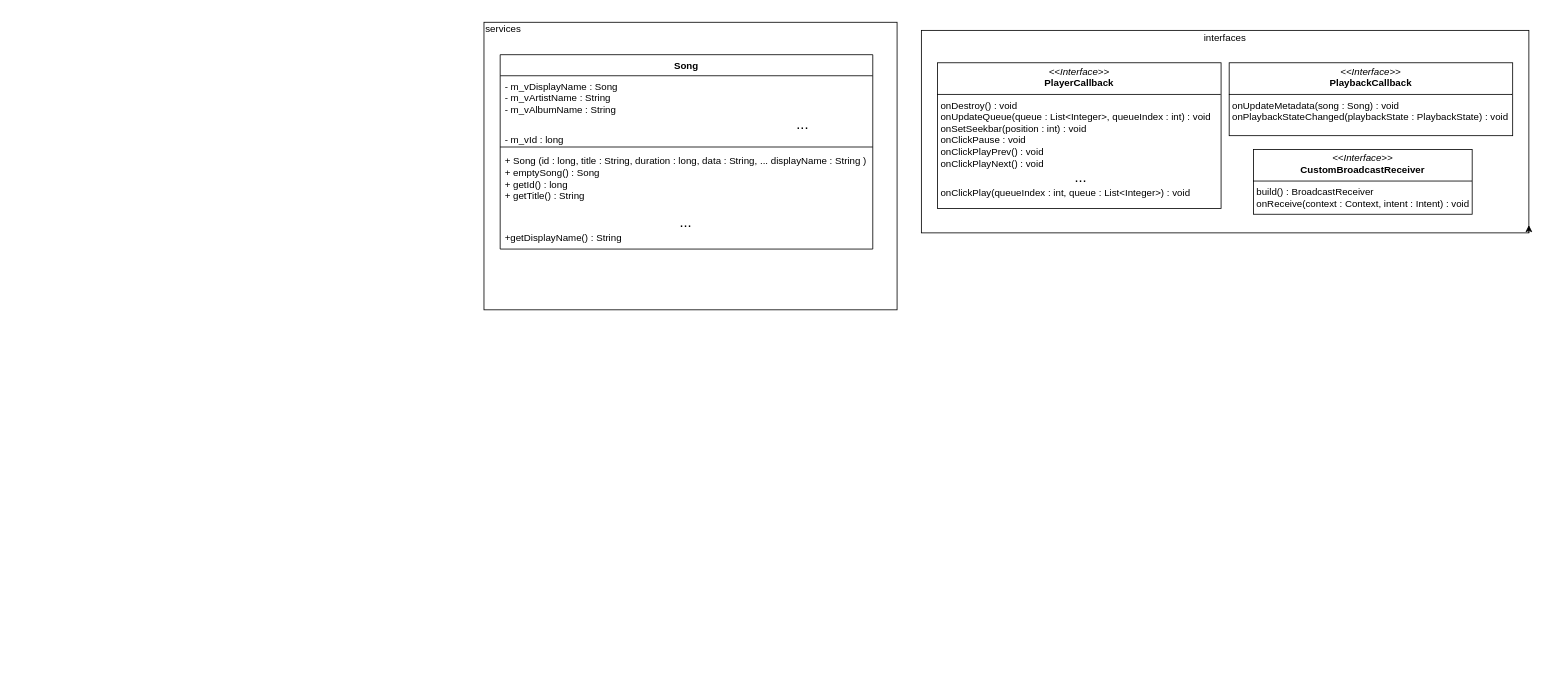
This is Диаграмма без названия.drawio from AcId4848/SamsungGIT, a draw.io file, before an edit. Source tidied: cells renumbered, new cells numbered last; positions are measured from the earlier drawing's top-left corner, leaving out a move shared by most shapes. Both pictures are drawn from the tidied source at 81%, with x=0, y=0 at pixel (484, 22).
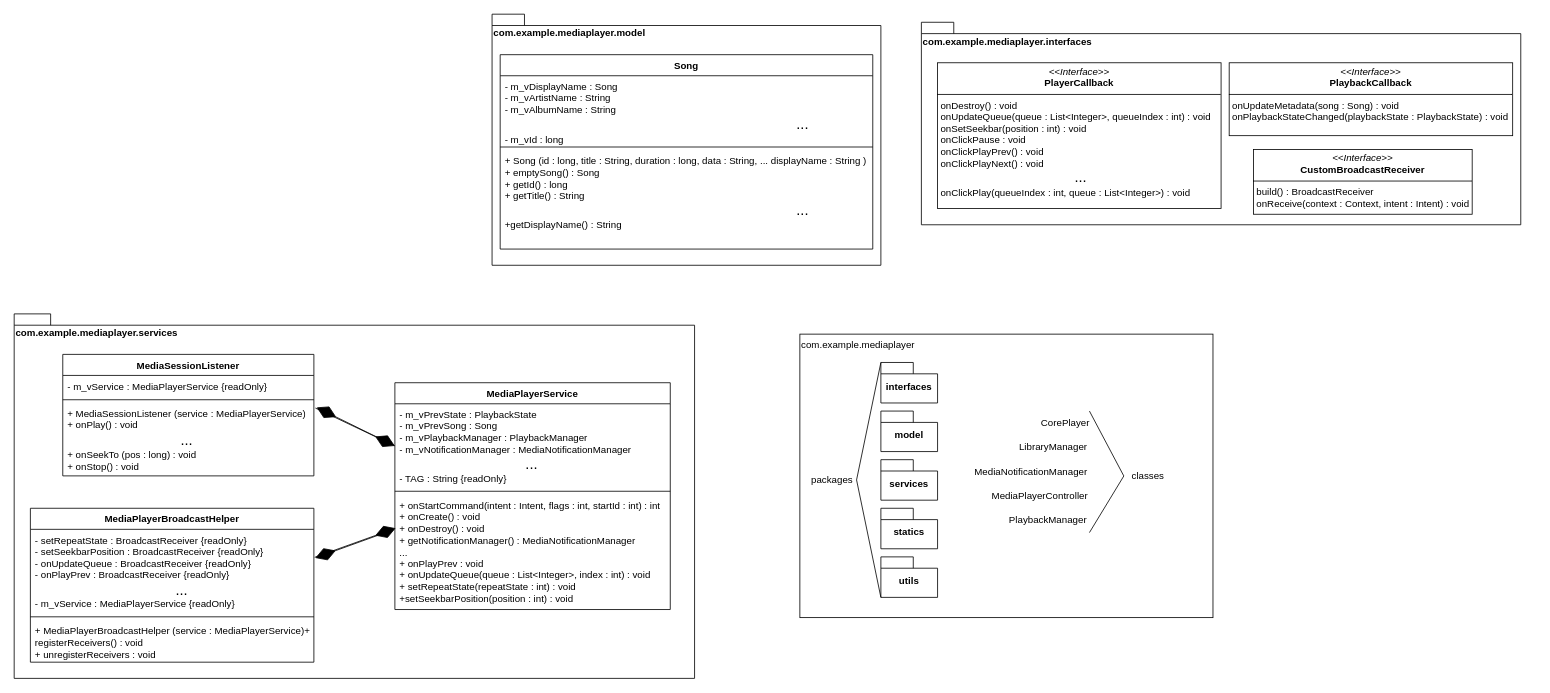
The same diagram, later.

The change refers to these unchanged cells:
```xml
<mxCell id="5" value="Song" style="swimlane;fontStyle=1;align=center;verticalAlign=top;horizontal=1;startSize=26;whiteSpace=wrap;html=1;" parent="1" vertex="1">
  <mxGeometry x="20" y="40" width="460" height="240" as="geometry" />
</mxCell>
```

Change to the diagram source:
```diff
@@
-    <mxCell id="2" value="&lt;div align=&quot;center&quot; style=&quot;padding-bottom: 230px;&quot;&gt;interfaces&lt;br&gt;&lt;/div&gt;" style="rounded=0;whiteSpace=wrap;html=1;labelPosition=center;verticalLabelPosition=middle;align=center;verticalAlign=middle;textDirection=ltr;" parent="1" vertex="1">
-      <mxGeometry x="540" y="10" width="750" height="250" as="geometry" />
-    </mxCell>
-    <mxCell id="3" value="&lt;div style=&quot;padding-top: 0px; padding-bottom: 340px;&quot;&gt;services&lt;br&gt;&lt;/div&gt;" style="rounded=0;whiteSpace=wrap;html=1;align=left;" parent="1" vertex="1">
-      <mxGeometry width="510" height="355" as="geometry" />
-    </mxCell>
+    <mxCell id="13" value="&lt;div align=&quot;left&quot;&gt;com.example.mediaplayer.services&lt;/div&gt;" style="shape=folder;fontStyle=1;spacingTop=10;tabWidth=40;tabHeight=14;tabPosition=left;html=1;whiteSpace=wrap;align=left;verticalAlign=top;" parent="1" vertex="1">
+      <mxGeometry x="-580" y="360" width="840" height="450" as="geometry" />
+    </mxCell>
+    <mxCell id="14" value="&lt;div align=&quot;left&quot;&gt;com.example.mediaplayer.interfaces&lt;/div&gt;" style="shape=folder;fontStyle=1;spacingTop=10;tabWidth=40;tabHeight=14;tabPosition=left;html=1;whiteSpace=wrap;align=left;verticalAlign=top;" parent="1" vertex="1">
+      <mxGeometry x="540" width="740" height="250" as="geometry" />
+    </mxCell>
+    <mxCell id="15" value="com.example.mediaplayer.model" style="shape=folder;fontStyle=1;spacingTop=10;tabWidth=40;tabHeight=14;tabPosition=left;html=1;whiteSpace=wrap;verticalAlign=top;align=left;" parent="1" vertex="1">
+      <mxGeometry x="10" y="-10" width="480" height="310" as="geometry" />
+    </mxCell>
+    <mxCell id="16" value="&lt;div align=&quot;left&quot;&gt;com.example.mediaplayer&lt;/div&gt;" style="rounded=0;whiteSpace=wrap;html=1;align=left;verticalAlign=top;" parent="1" vertex="1">
+      <mxGeometry x="390" y="385" width="510" height="350" as="geometry" />
+    </mxCell>
@@
-    <mxCell id="8" value="&lt;div&gt;+ Song (id : long, title : String, duration : long, data : String, ... displayName : String )&lt;/div&gt;&lt;div&gt;+ emptySong() : Song&lt;/div&gt;&lt;div&gt;+ getId() : long&lt;/div&gt;&lt;div&gt;+ getTitle() : String&lt;br&gt;&lt;/div&gt;&lt;div&gt;&lt;br&gt;&lt;/div&gt;&lt;div align=&quot;center&quot;&gt;&lt;font style=&quot;font-size: 18px;&quot;&gt;...&lt;/font&gt;&lt;/div&gt;&lt;div align=&quot;left&quot;&gt;&lt;font style=&quot;font-size: 12px;&quot;&gt;+getDisplayName() : String&lt;br&gt;&lt;/font&gt;&lt;/div&gt;&lt;div align=&quot;center&quot;&gt;&lt;font style=&quot;font-size: 18px;&quot;&gt;&lt;br&gt;&lt;/font&gt;&lt;/div&gt;&lt;div&gt;&lt;br&gt;&lt;/div&gt;&lt;div&gt;&lt;br&gt;&lt;/div&gt;" style="text;strokeColor=none;fillColor=none;align=left;verticalAlign=top;spacingLeft=4;spacingRight=4;overflow=hidden;whiteSpace=wrap;html=1;" parent="5" vertex="1">
+    <mxCell id="8" value="&lt;div&gt;+ Song (id : long, title : String, duration : long, data : String, ... displayName : String )&lt;/div&gt;&lt;div&gt;+ emptySong() : Song&lt;/div&gt;&lt;div&gt;+ getId() : long&lt;/div&gt;&lt;div&gt;+ getTitle() : String&lt;br&gt;&lt;/div&gt;&lt;div&gt;&lt;font style=&quot;font-size: 18px;&quot;&gt;&lt;span style=&quot;white-space: pre;&quot;&gt;&#9;&lt;/span&gt;&lt;span style=&quot;white-space: pre;&quot;&gt;&#9;&lt;/span&gt;&lt;span style=&quot;white-space: pre;&quot;&gt;&#9;&lt;/span&gt;&lt;span style=&quot;white-space: pre;&quot;&gt;&#9;&lt;/span&gt;&lt;span style=&quot;white-space: pre;&quot;&gt;&#9;&lt;/span&gt;&lt;span style=&quot;white-space: pre;&quot;&gt;&#9;&lt;/span&gt;&lt;span style=&quot;white-space: pre;&quot;&gt;&#9;&lt;/span&gt;&lt;span style=&quot;white-space: pre;&quot;&gt;&#9;&lt;/span&gt;&lt;span style=&quot;white-space: pre;&quot;&gt;&#9;&lt;/span&gt;...&lt;/font&gt;&lt;/div&gt;&lt;div align=&quot;left&quot;&gt;&lt;font style=&quot;font-size: 12px;&quot;&gt;+getDisplayName() : String&lt;br&gt;&lt;/font&gt;&lt;/div&gt;&lt;div align=&quot;center&quot;&gt;&lt;font style=&quot;font-size: 18px;&quot;&gt;&lt;br&gt;&lt;/font&gt;&lt;/div&gt;&lt;div&gt;&lt;br&gt;&lt;/div&gt;&lt;div&gt;&lt;br&gt;&lt;/div&gt;" style="text;strokeColor=none;fillColor=none;align=left;verticalAlign=top;spacingLeft=4;spacingRight=4;overflow=hidden;whiteSpace=wrap;html=1;" parent="5" vertex="1">
       <mxGeometry y="118" width="460" height="122" as="geometry" />
     </mxCell>
@@
-    <mxCell id="12" style="edgeStyle=orthogonalEdgeStyle;rounded=0;orthogonalLoop=1;jettySize=auto;html=1;exitX=1;exitY=1;exitDx=0;exitDy=0;entryX=1;entryY=0.962;entryDx=0;entryDy=0;entryPerimeter=0;" parent="1" edge="1" source="2" target="2">
-      <mxGeometry relative="1" as="geometry" />
-    </mxCell>
+    <mxCell id="2" value="&lt;div&gt;interfaces&lt;/div&gt;" style="shape=folder;fontStyle=1;spacingTop=10;tabWidth=40;tabHeight=14;tabPosition=left;html=1;whiteSpace=wrap;" parent="1" vertex="1">
+      <mxGeometry x="490" y="420" width="70" height="50" as="geometry" />
+    </mxCell>
+    <mxCell id="17" value="&lt;div align=&quot;center&quot;&gt;model&lt;/div&gt;" style="shape=folder;fontStyle=1;spacingTop=10;tabWidth=40;tabHeight=14;tabPosition=left;html=1;whiteSpace=wrap;verticalAlign=middle;align=center;" parent="1" vertex="1">
+      <mxGeometry x="490" y="480" width="70" height="50" as="geometry" />
+    </mxCell>
+    <mxCell id="3" value="&lt;div&gt;services&lt;/div&gt;" style="shape=folder;fontStyle=1;spacingTop=10;tabWidth=40;tabHeight=14;tabPosition=left;html=1;whiteSpace=wrap;" parent="1" vertex="1">
+      <mxGeometry x="490" y="540" width="70" height="50" as="geometry" />
+    </mxCell>
+    <mxCell id="18" value="&lt;div&gt;statics&lt;/div&gt;" style="shape=folder;fontStyle=1;spacingTop=10;tabWidth=40;tabHeight=14;tabPosition=left;html=1;whiteSpace=wrap;" parent="1" vertex="1">
+      <mxGeometry x="490" y="600" width="70" height="50" as="geometry" />
+    </mxCell>
+    <mxCell id="19" value="&lt;div&gt;utils&lt;/div&gt;" style="shape=folder;fontStyle=1;spacingTop=10;tabWidth=40;tabHeight=14;tabPosition=left;html=1;whiteSpace=wrap;" parent="1" vertex="1">
+      <mxGeometry x="490" y="660" width="70" height="50" as="geometry" />
+    </mxCell>
+    <mxCell id="20" style="endArrow=none;html=1;rounded=0;exitX=1;exitY=0.5;exitDx=0;exitDy=0;entryX=0;entryY=0;entryDx=0;entryDy=0;entryPerimeter=0;" parent="1" edge="1" source="21" target="2">
+      <mxGeometry relative="1" as="geometry" />
+    </mxCell>
+    <mxCell id="21" value="&lt;div&gt;packages&lt;/div&gt;" style="text;html=1;align=center;verticalAlign=middle;whiteSpace=wrap;rounded=0;" parent="1" vertex="1">
+      <mxGeometry x="400" y="550" width="60" height="30" as="geometry" />
+    </mxCell>
+    <mxCell id="22" style="endArrow=none;html=1;rounded=0;exitX=1;exitY=0.5;exitDx=0;exitDy=0;entryX=0;entryY=0;entryDx=0;entryDy=50;entryPerimeter=0;" parent="1" edge="1" source="21" target="19">
+      <mxGeometry relative="1" as="geometry" />
+    </mxCell>
+    <mxCell id="23" value="&lt;div&gt;CorePlayer&lt;/div&gt;" style="text;html=1;align=center;verticalAlign=middle;whiteSpace=wrap;rounded=0;" parent="1" vertex="1">
+      <mxGeometry x="687.5" y="480" width="60" height="30" as="geometry" />
+    </mxCell>
+    <mxCell id="24" value="&lt;div&gt;LibraryManager&lt;/div&gt;" style="text;html=1;align=center;verticalAlign=middle;whiteSpace=wrap;rounded=0;" parent="1" vertex="1">
+      <mxGeometry x="657.5" y="510" width="90" height="30" as="geometry" />
+    </mxCell>
+    <mxCell id="25" value="&lt;div&gt;MediaNotificationManager&lt;/div&gt;" style="text;html=1;align=center;verticalAlign=middle;whiteSpace=wrap;rounded=0;" parent="1" vertex="1">
+      <mxGeometry x="602.5" y="540" width="145" height="30" as="geometry" />
+    </mxCell>
+    <mxCell id="26" value="&lt;div&gt;MediaPlayerController&lt;/div&gt;" style="text;html=1;align=center;verticalAlign=middle;whiteSpace=wrap;rounded=0;" parent="1" vertex="1">
+      <mxGeometry x="625" y="570" width="122.5" height="30" as="geometry" />
+    </mxCell>
+    <mxCell id="27" value="&lt;div&gt;PlaybackManager&lt;/div&gt;" style="text;html=1;align=center;verticalAlign=middle;whiteSpace=wrap;rounded=0;" parent="1" vertex="1">
+      <mxGeometry x="645" y="600" width="102.5" height="30" as="geometry" />
+    </mxCell>
+    <mxCell id="28" style="endArrow=none;html=1;rounded=0;entryX=1;entryY=0;entryDx=0;entryDy=0;exitX=0.784;exitY=0.5;exitDx=0;exitDy=0;exitPerimeter=0;" parent="1" edge="1" source="16" target="23">
+      <mxGeometry relative="1" as="geometry" />
+    </mxCell>
+    <mxCell id="29" style="endArrow=none;html=1;rounded=0;exitX=1;exitY=1;exitDx=0;exitDy=0;" parent="1" edge="1" source="27">
+      <mxGeometry relative="1" as="geometry">
+        <mxPoint x="790" y="560" as="targetPoint" />
+      </mxGeometry>
+    </mxCell>
+    <mxCell id="30" value="&lt;div&gt;classes&lt;/div&gt;" style="text;html=1;align=center;verticalAlign=middle;whiteSpace=wrap;rounded=0;" parent="1" vertex="1">
+      <mxGeometry x="790" y="545" width="60" height="30" as="geometry" />
+    </mxCell>
+    <mxCell id="31" value="&lt;div&gt;MediaPlayerBroadcastHelper&lt;/div&gt;" style="swimlane;fontStyle=1;align=center;verticalAlign=top;horizontal=1;startSize=26;whiteSpace=wrap;html=1;" parent="1" vertex="1">
+      <mxGeometry x="-560" y="600" width="350" height="190" as="geometry" />
+    </mxCell>
+    <mxCell id="32" value="&lt;div&gt;- setRepeatState : BroadcastReceiver {readOnly}&lt;/div&gt;&lt;div&gt;- setSeekbarPosition : BroadcastReceiver {readOnly}&lt;/div&gt;&lt;div&gt;- onUpdateQueue : BroadcastReceiver {readOnly}&lt;/div&gt;&lt;div&gt;&lt;font style=&quot;font-size: 12px;&quot;&gt;- onPlayPrev : BroadcastReceiver {readOnly&lt;font&gt;}&lt;br&gt;&lt;/font&gt;&lt;/font&gt;&lt;/div&gt;&lt;div align=&quot;center&quot;&gt;&lt;font style=&quot;font-size: 18px;&quot;&gt;&lt;span style=&quot;white-space: pre;&quot;&gt;&#9;&lt;/span&gt;&lt;span style=&quot;white-space: pre;&quot;&gt;&#9;&lt;/span&gt;...&lt;/font&gt;&lt;/div&gt;&lt;div&gt;- m_vService : MediaPlayerService {readOnly}&lt;br&gt;&lt;/div&gt;" style="text;strokeColor=none;fillColor=none;align=left;verticalAlign=top;spacingLeft=4;spacingRight=4;overflow=hidden;points=[[0,0.5],[1,0.5]];portConstraint=eastwest;whiteSpace=wrap;html=1;" parent="31" vertex="1">
+      <mxGeometry y="26" width="350" height="104" as="geometry" />
+    </mxCell>
+    <mxCell id="33" style="line;strokeWidth=1;fillColor=none;align=left;verticalAlign=middle;spacingTop=-1;spacingLeft=3;spacingRight=3;labelPosition=right;strokeColor=inherit;" parent="31" vertex="1">
+      <mxGeometry y="130" width="350" height="8" as="geometry" />
+    </mxCell>
+    <mxCell id="34" value="&lt;div&gt;+ MediaPlayerBroadcastHelper (service : MediaPlayerService)+ registerReceivers() : void&lt;/div&gt;&lt;div&gt;+ unregisterReceivers : void&lt;br&gt;&lt;/div&gt;" style="text;strokeColor=none;fillColor=none;align=left;verticalAlign=top;spacingLeft=4;spacingRight=4;overflow=hidden;whiteSpace=wrap;html=1;" parent="31" vertex="1">
+      <mxGeometry y="138" width="350" height="52" as="geometry" />
+    </mxCell>
+    <mxCell id="35" value="&lt;div&gt;MediaPlayerService&lt;/div&gt;" style="swimlane;fontStyle=1;align=center;verticalAlign=top;horizontal=1;startSize=26;whiteSpace=wrap;html=1;" parent="1" vertex="1">
+      <mxGeometry x="-110" y="445" width="340" height="280" as="geometry" />
+    </mxCell>
+    <mxCell id="36" value="&lt;div&gt;- m_vPrevState : PlaybackState&lt;/div&gt;&lt;div&gt;- m_vPrevSong : Song&lt;/div&gt;&lt;div&gt;- m_vPlaybackManager : PlaybackManager&lt;br&gt;&lt;/div&gt;&lt;div&gt;- m_vNotificationManager : MediaNotificationManager&lt;/div&gt;&lt;div align=&quot;center&quot;&gt;&lt;font style=&quot;font-size: 18px;&quot;&gt;&lt;span style=&quot;white-space: pre;&quot;&gt;&#9;&lt;/span&gt;...&lt;/font&gt;&lt;/div&gt;&lt;div&gt;&lt;font style=&quot;font-size: 12px;&quot;&gt;- TAG : String {readOnly}&lt;br&gt;&lt;/font&gt;&lt;/div&gt;&lt;div&gt;&lt;br&gt;&lt;/div&gt;" style="text;strokeColor=none;fillColor=none;align=left;verticalAlign=top;spacingLeft=4;spacingRight=4;overflow=hidden;points=[[0,0.5],[1,0.5]];portConstraint=eastwest;whiteSpace=wrap;html=1;" parent="35" vertex="1">
+      <mxGeometry y="26" width="340" height="104" as="geometry" />
+    </mxCell>
+    <mxCell id="37" style="line;strokeWidth=1;fillColor=none;align=left;verticalAlign=middle;spacingTop=-1;spacingLeft=3;spacingRight=3;labelPosition=right;strokeColor=inherit;" parent="35" vertex="1">
+      <mxGeometry y="130" width="340" height="8" as="geometry" />
+    </mxCell>
+    <mxCell id="38" value="&lt;div&gt;+ onStartCommand(intent : Intent, flags : int, startId : int) : int&lt;/div&gt;&lt;div&gt;+ onCreate() : void&lt;/div&gt;&lt;div&gt;+ onDestroy() : void&lt;/div&gt;&lt;div&gt;+ getNotificationManager() : MediaNotificationManager&lt;/div&gt;&lt;div&gt;...&lt;/div&gt;&lt;div&gt;+ onPlayPrev : void&lt;/div&gt;&lt;div&gt;+ onUpdateQueue(queue : List&amp;lt;Integer&amp;gt;, index : int) : void&lt;/div&gt;&lt;div&gt;+ setRepeatState(repeatState : int) : void&lt;/div&gt;&lt;div&gt;+setSeekbarPosition(position : int) : void&lt;br&gt;&lt;/div&gt;" style="text;strokeColor=none;fillColor=none;align=left;verticalAlign=top;spacingLeft=4;spacingRight=4;overflow=hidden;points=[[0,0.5],[1,0.5]];portConstraint=eastwest;whiteSpace=wrap;html=1;" parent="35" vertex="1">
+      <mxGeometry y="138" width="340" height="142" as="geometry" />
+    </mxCell>
+    <mxCell id="39" value="MediaSessionListener" style="swimlane;fontStyle=1;align=center;verticalAlign=top;horizontal=1;startSize=26;whiteSpace=wrap;html=1;" parent="1" vertex="1">
+      <mxGeometry x="-520" y="410" width="310" height="150" as="geometry" />
+    </mxCell>
+    <mxCell id="40" value="- m_vService : MediaPlayerService {readOnly}" style="text;strokeColor=none;fillColor=none;align=left;verticalAlign=top;spacingLeft=4;spacingRight=4;overflow=hidden;whiteSpace=wrap;html=1;" parent="39" vertex="1">
+      <mxGeometry y="26" width="310" height="26" as="geometry" />
+    </mxCell>
+    <mxCell id="41" style="line;strokeWidth=1;fillColor=none;align=left;verticalAlign=middle;spacingTop=-1;spacingLeft=3;spacingRight=3;labelPosition=right;strokeColor=inherit;" parent="39" vertex="1">
+      <mxGeometry y="52" width="310" height="8" as="geometry" />
+    </mxCell>
+    <mxCell id="42" value="&lt;div&gt;+ MediaSessionListener (service : MediaPlayerService)&lt;/div&gt;&lt;div&gt;+ onPlay() : void&lt;/div&gt;&lt;div align=&quot;center&quot;&gt;&lt;font style=&quot;font-size: 18px;&quot;&gt;...&lt;br&gt;&lt;/font&gt;&lt;/div&gt;&lt;div align=&quot;left&quot;&gt;&lt;font style=&quot;font-size: 12px;&quot;&gt;+ onSeekTo (pos : long) : void&lt;/font&gt;&lt;/div&gt;&lt;div align=&quot;left&quot;&gt;&lt;font style=&quot;font-size: 12px;&quot;&gt;+ onStop() : void&lt;br&gt;&lt;/font&gt;&lt;/div&gt;" style="text;strokeColor=none;fillColor=none;align=left;verticalAlign=top;spacingLeft=4;spacingRight=4;overflow=hidden;points=[[0,0.5],[1,0.5]];portConstraint=eastwest;whiteSpace=wrap;html=1;" parent="39" vertex="1">
+      <mxGeometry y="60" width="310" height="90" as="geometry" />
+    </mxCell>
+    <mxCell id="43" style="endArrow=diamondThin;endFill=1;endSize=24;html=1;rounded=0;entryX=0;entryY=0.5;entryDx=0;entryDy=0;exitX=1.006;exitY=0.07;exitDx=0;exitDy=0;exitPerimeter=0;" parent="1" edge="1" source="42" target="36">
+      <mxGeometry relative="1" as="geometry" />
+    </mxCell>
+    <mxCell id="44" style="endArrow=diamondThin;endFill=1;endSize=24;html=1;rounded=0;exitX=0;exitY=0.5;exitDx=0;exitDy=0;entryX=1.011;entryY=0.061;entryDx=0;entryDy=0;entryPerimeter=0;" parent="1" edge="1" source="36" target="42">
+      <mxGeometry relative="1" as="geometry" />
+    </mxCell>
+    <mxCell id="45" style="endArrow=diamondThin;endFill=1;endSize=24;html=1;rounded=0;entryX=0.003;entryY=0.293;entryDx=0;entryDy=0;entryPerimeter=0;exitX=1.003;exitY=0.332;exitDx=0;exitDy=0;exitPerimeter=0;" parent="1" edge="1" source="32" target="38">
+      <mxGeometry relative="1" as="geometry" />
+    </mxCell>
+    <mxCell id="46" style="endArrow=diamondThin;endFill=1;endSize=24;html=1;rounded=0;entryX=1.005;entryY=0.34;entryDx=0;entryDy=0;entryPerimeter=0;exitX=-0.004;exitY=0.305;exitDx=0;exitDy=0;exitPerimeter=0;" parent="1" edge="1" source="38" target="32">
+      <mxGeometry relative="1" as="geometry" />
+    </mxCell>
```
